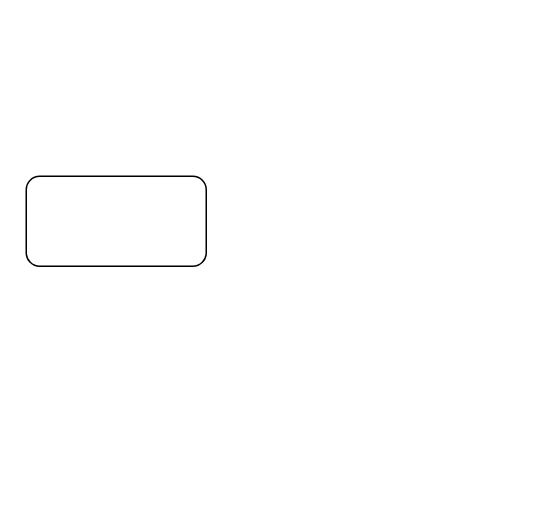
The draw.io diagram 鲲特科技业务结构.drawio in gaochaowyq/MinderGraph, before the edit. Source tidied: cells renumbered, new cells numbered last; positions are measured from the earlier drawing's top-left corner, leaving out a move shared by most shapes. Both pictures are drawn from the tidied source at 150%, with x=0, y=0 at pixel (26, 176).
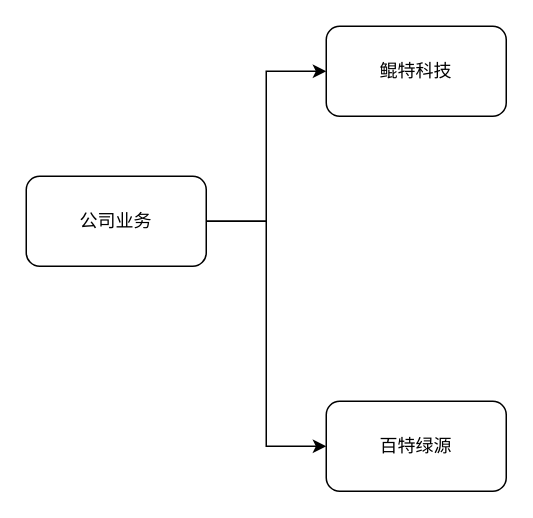
After the change.

Commit message (it also covers changes not shown here):
更新鲲特科技业务结构.drawio

Diff of the diagram source:
```diff
@@
 <mxGraphModel>
   <root>
     <mxCell id="0" />
     <mxCell id="1" parent="0" />
+    <mxCell id="3" style="edgeStyle=orthogonalEdgeStyle;rounded=0;jettySize=auto;html=1;entryX=0;entryY=0.5;entryDx=0;entryDy=0;" parent="1" edge="1" source="2" target="5">
+      <mxGeometry relative="1" as="geometry" />
+    </mxCell>
+    <mxCell id="4" style="edgeStyle=orthogonalEdgeStyle;rounded=0;jettySize=auto;html=1;entryX=0;entryY=0.5;entryDx=0;entryDy=0;" parent="1" edge="1" source="2" target="6">
+      <mxGeometry relative="1" as="geometry" />
+    </mxCell>
-    <mxCell id="2" style="rounded=1;whiteSpace=wrap;html=1;" parent="1" vertex="1">
+    <mxCell id="2" value="公司业务" style="rounded=1;whiteSpace=wrap;html=1;" parent="1" vertex="1">
       <mxGeometry width="120" height="60" as="geometry" />
     </mxCell>
+    <mxCell id="5" value="鲲特科技" style="rounded=1;whiteSpace=wrap;html=1;" parent="1" vertex="1">
+      <mxGeometry x="200" y="-100" width="120" height="60" as="geometry" />
+    </mxCell>
+    <mxCell id="6" value="百特绿源" style="rounded=1;whiteSpace=wrap;html=1;" parent="1" vertex="1">
+      <mxGeometry x="200" y="150" width="120" height="60" as="geometry" />
+    </mxCell>
   </root>
 </mxGraphModel>
```
